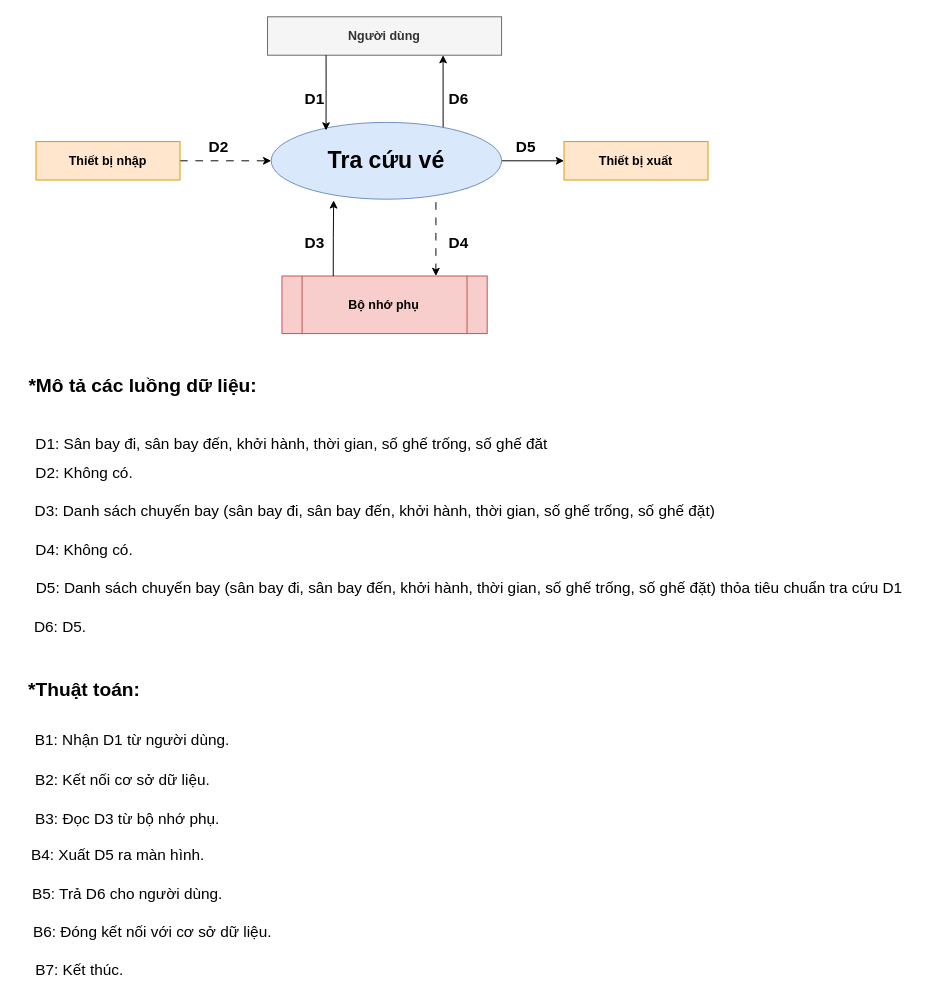
This is DFD/yc4_tracuu.drawio from phat9824/Flight_ticket_manegement, a draw.io file, before an edit. Source tidied: cells renumbered, new cells numbered last; positions are measured from the earlier drawing's top-left corner, leaving out a move shared by most shapes. Both pictures are drawn from the tidied source at 96%, with x=0, y=0 at pixel (16, 16).
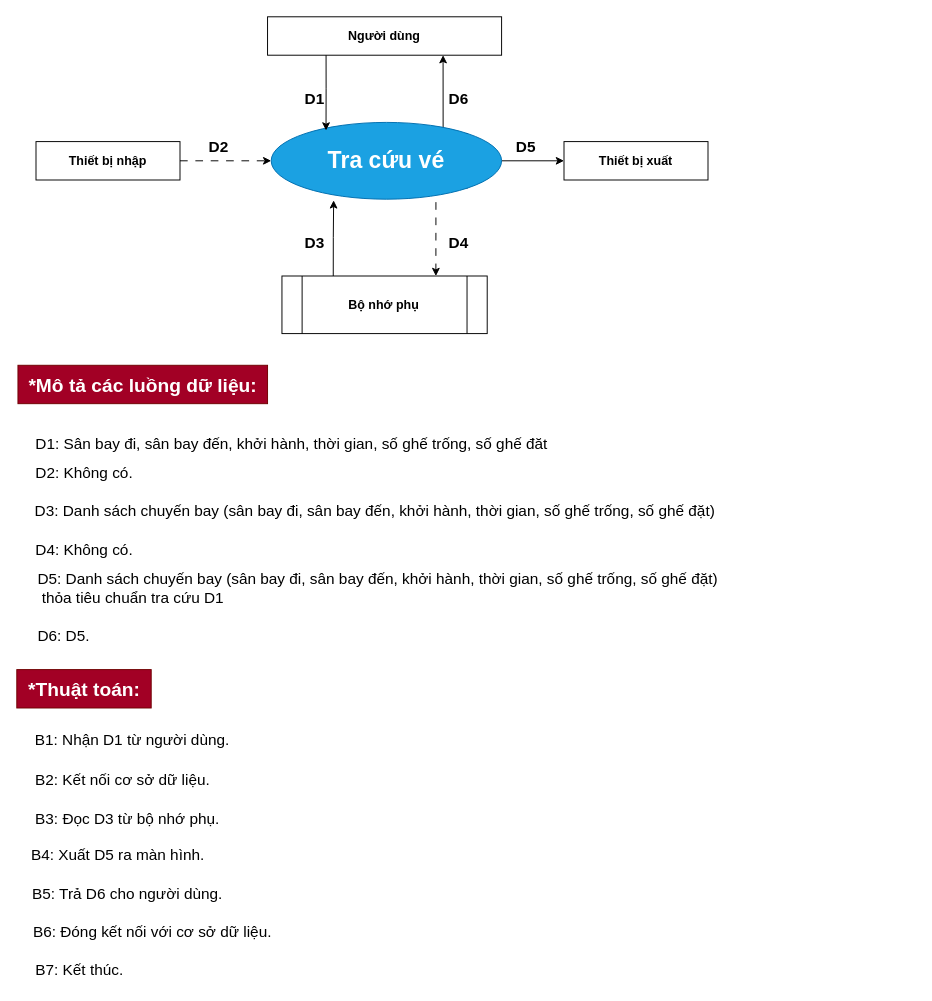
The same diagram, later.

Change to the diagram source:
```diff
@@
-    <mxCell id="2" value="&lt;b&gt;&lt;font style=&quot;font-size: 13px;&quot;&gt;Người dùng&lt;/font&gt;&lt;/b&gt;" style="rounded=0;whiteSpace=wrap;html=1;fillColor=#f5f5f5;fontColor=#333333;strokeColor=#666666;" parent="1" vertex="1">
+    <mxCell id="2" value="&lt;b&gt;&lt;font style=&quot;font-size: 13px;&quot;&gt;Người dùng&lt;/font&gt;&lt;/b&gt;" style="rounded=0;whiteSpace=wrap;html=1;" parent="1" vertex="1">
       <mxGeometry x="261.2" width="243.8" height="40" as="geometry" />
     </mxCell>
@@
-    <mxCell id="6" value="&lt;font size=&quot;1&quot; style=&quot;&quot;&gt;&lt;b style=&quot;font-size: 24px;&quot;&gt;Tra cứu vé&lt;/b&gt;&lt;/font&gt;" style="ellipse;whiteSpace=wrap;html=1;fillColor=#dae8fc;strokeColor=#6c8ebf;" parent="1" vertex="1">
+    <mxCell id="6" value="&lt;font size=&quot;1&quot; style=&quot;&quot;&gt;&lt;b style=&quot;font-size: 24px;&quot;&gt;Tra cứu vé&lt;/b&gt;&lt;/font&gt;" style="ellipse;whiteSpace=wrap;html=1;fillColor=#1ba1e2;strokeColor=#006EAF;fontColor=#ffffff;" parent="1" vertex="1">
       <mxGeometry x="265" y="110" width="240" height="80" as="geometry" />
     </mxCell>
@@
-    <mxCell id="8" value="&lt;b&gt;&lt;font style=&quot;font-size: 13px;&quot;&gt;Thiết bị nhập&lt;/font&gt;&lt;/b&gt;" style="rounded=0;whiteSpace=wrap;html=1;fillColor=#ffe6cc;strokeColor=#d79b00;" parent="1" vertex="1">
+    <mxCell id="8" value="&lt;b&gt;&lt;font style=&quot;font-size: 13px;&quot;&gt;Thiết bị nhập&lt;/font&gt;&lt;/b&gt;" style="rounded=0;whiteSpace=wrap;html=1;" parent="1" vertex="1">
       <mxGeometry x="20" y="130" width="150" height="40" as="geometry" />
     </mxCell>
-    <mxCell id="9" value="&lt;b&gt;&lt;font style=&quot;font-size: 13px;&quot;&gt;Thiết bị xuất&lt;/font&gt;&lt;/b&gt;" style="rounded=0;whiteSpace=wrap;html=1;fillColor=#ffe6cc;strokeColor=#d79b00;" parent="1" vertex="1">
+    <mxCell id="9" value="&lt;b&gt;&lt;font style=&quot;font-size: 13px;&quot;&gt;Thiết bị xuất&lt;/font&gt;&lt;/b&gt;" style="rounded=0;whiteSpace=wrap;html=1;" parent="1" vertex="1">
       <mxGeometry x="570" y="130" width="150" height="40" as="geometry" />
     </mxCell>
-    <mxCell id="10" value="&lt;b&gt;&lt;font style=&quot;font-size: 13px;&quot;&gt;Bộ nhớ phụ&lt;/font&gt;&lt;/b&gt;" style="shape=process;whiteSpace=wrap;html=1;backgroundOutline=1;fillColor=#f8cecc;strokeColor=#b85450;" parent="1" vertex="1">
+    <mxCell id="10" value="&lt;b&gt;&lt;font style=&quot;font-size: 13px;&quot;&gt;Bộ nhớ phụ&lt;/font&gt;&lt;/b&gt;" style="shape=process;whiteSpace=wrap;html=1;backgroundOutline=1;" parent="1" vertex="1">
       <mxGeometry x="276.2" y="270" width="213.8" height="60" as="geometry" />
     </mxCell>
@@
-    <mxCell id="19" value="&lt;font size=&quot;1&quot; style=&quot;&quot;&gt;&lt;b style=&quot;font-size: 20px;&quot;&gt;*Mô tả các luồng dữ liệu:&lt;/b&gt;&lt;/font&gt;" style="text;html=1;align=center;verticalAlign=middle;strokeColor=none;fillColor=none;" parent="1" vertex="1">
+    <mxCell id="19" value="&lt;font size=&quot;1&quot; style=&quot;&quot;&gt;&lt;b style=&quot;font-size: 20px;&quot;&gt;*Mô tả các luồng dữ liệu:&lt;/b&gt;&lt;/font&gt;" style="text;html=1;align=center;verticalAlign=middle;strokeColor=#6F0000;fillColor=#a20025;fontColor=#ffffff;" parent="1" vertex="1">
       <mxGeometry x="1.2" y="363" width="260" height="40" as="geometry" />
     </mxCell>
@@
-    <mxCell id="24" value="D5: Danh sách chuyến bay (sân bay đi, sân bay đến, khởi hành, thời gian, số ghế trống, số ghế đặt) thỏa tiêu chuẩn tra cứu D1" style="text;html=1;align=center;verticalAlign=middle;strokeColor=none;fillColor=none;fontSize=16;" parent="1" vertex="1">
-      <mxGeometry x="6.2" y="580" width="930" height="30" as="geometry" />
+    <mxCell id="24" value="D5: Danh sách chuyến bay (sân bay đi, sân bay đến, khởi hành, thời gian, số ghế trống, số ghế đặt)&lt;br&gt;&amp;nbsp;thỏa tiêu chuẩn tra cứu D1" style="text;html=1;align=left;verticalAlign=middle;strokeColor=none;fillColor=none;fontSize=16;" parent="1" vertex="1">
+      <mxGeometry x="20" y="570" width="730" height="50" as="geometry" />
     </mxCell>
-    <mxCell id="25" value="D6: D5." style="text;html=1;align=center;verticalAlign=middle;strokeColor=none;fillColor=none;fontSize=16;" parent="1" vertex="1">
-      <mxGeometry x="5" y="620" width="80" height="30" as="geometry" />
+    <mxCell id="25" value="D6: D5." style="text;html=1;align=left;verticalAlign=middle;strokeColor=none;fillColor=none;fontSize=16;" parent="1" vertex="1">
+      <mxGeometry x="20" y="630" width="80" height="30" as="geometry" />
     </mxCell>
-    <mxCell id="26" value="&lt;font size=&quot;1&quot; style=&quot;&quot;&gt;&lt;b style=&quot;font-size: 20px;&quot;&gt;*Thuật toán:&lt;/b&gt;&lt;/font&gt;" style="text;html=1;align=center;verticalAlign=middle;strokeColor=none;fillColor=none;" parent="1" vertex="1">
+    <mxCell id="26" value="&lt;font size=&quot;1&quot; style=&quot;&quot;&gt;&lt;b style=&quot;font-size: 20px;&quot;&gt;*Thuật toán:&lt;/b&gt;&lt;/font&gt;" style="text;html=1;align=center;verticalAlign=middle;strokeColor=#6F0000;fillColor=#a20025;fontColor=#ffffff;" parent="1" vertex="1">
       <mxGeometry y="680" width="140" height="40" as="geometry" />
     </mxCell>
```
